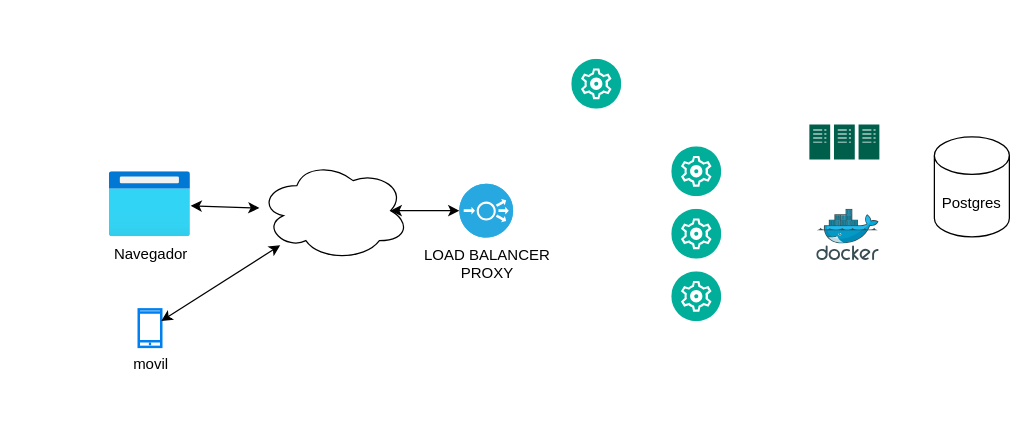
The draw.io diagram src/Diagrama sin título.drawio in mariogb/genlon, before the edit. Source tidied: cells renumbered, new cells numbered last; positions are measured from the earlier drawing's top-left corner, leaving out a move shared by most shapes. Both pictures are drawn from the tidied source at 125%, with x=0, y=0 at pixel (109, 59).
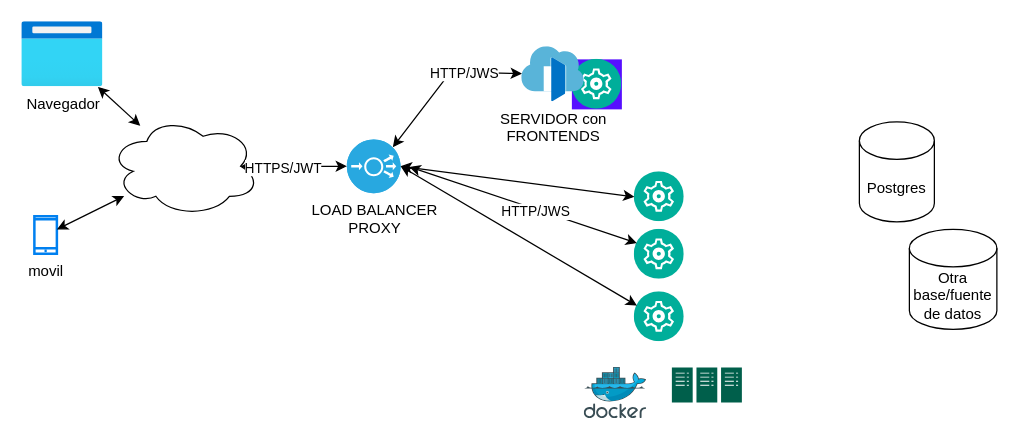
After the change.

The change refers to these unchanged cells:
```xml
<mxCell id="9" style="endArrow=classic;startArrow=classic;html=1;rounded=0;exitX=0.875;exitY=0.5;exitDx=0;exitDy=0;exitPerimeter=0;entryX=0;entryY=0.5;entryDx=0;entryDy=0;entryPerimeter=0;" parent="1" edge="1" source="4" target="8">
  <mxGeometry relative="1" as="geometry" />
</mxCell>
```

The edit, as a diff of the source:
```diff
@@
     <mxCell id="2" value="Navegador" style="image;html=1;points=[];align=center;fontSize=12;image=img/lib/azure2/general/Browser.svg;" parent="1" vertex="1">
-      <mxGeometry y="90" width="65" height="52" as="geometry" />
+      <mxGeometry x="-70" y="-30" width="65" height="52" as="geometry" />
     </mxCell>
     <mxCell id="3" value="movil" style="html=1;verticalLabelPosition=bottom;align=center;labelBackgroundColor=#ffffff;verticalAlign=top;strokeWidth=2;strokeColor=#0080F0;shadow=0;dashed=0;shape=mxgraph.ios7.icons.smartphone;" parent="1" vertex="1">
-      <mxGeometry x="23.5" y="200" width="18" height="30" as="geometry" />
+      <mxGeometry x="-60" y="125.5" width="18" height="30" as="geometry" />
     </mxCell>
     <mxCell id="4" style="ellipse;shape=cloud;whiteSpace=wrap;html=1;" parent="1" vertex="1">
-      <mxGeometry x="120" y="81" width="120" height="80" as="geometry" />
+      <mxGeometry y="45.5" width="120" height="80" as="geometry" />
     </mxCell>
@@
     <mxCell id="7" value="&lt;div&gt;Postgres&lt;/div&gt;" style="shape=cylinder3;whiteSpace=wrap;html=1;boundedLbl=1;backgroundOutline=1;size=15;" parent="1" vertex="1">
-      <mxGeometry x="660" y="62" width="60" height="80" as="geometry" />
+      <mxGeometry x="600" y="50" width="60" height="80" as="geometry" />
     </mxCell>
     <mxCell id="8" value="&lt;div&gt;LOAD BALANCER&lt;/div&gt;&lt;div&gt;PROXY&lt;br&gt;&lt;/div&gt;" style="fillColor=#28A8E0;verticalLabelPosition=bottom;sketch=0;html=1;strokeColor=#ffffff;verticalAlign=top;align=center;points=[[0.145,0.145,0],[0.5,0,0],[0.855,0.145,0],[1,0.5,0],[0.855,0.855,0],[0.5,1,0],[0.145,0.855,0],[0,0.5,0]];shape=mxgraph.cisco_safe.compositeIcon;bgIcon=ellipse;resIcon=mxgraph.cisco_safe.capability.load_balancer;" parent="1" vertex="1">
-      <mxGeometry x="280" y="99.5" width="43" height="43" as="geometry" />
+      <mxGeometry x="190" y="64" width="43" height="43" as="geometry" />
     </mxCell>
@@
+    <mxCell id="16" value="HTTPS/JWT" style="edgeLabel;html=1;align=center;verticalAlign=middle;" parent="9" vertex="1">
+      <mxGeometry x="-0.23" relative="1" as="geometry">
+        <mxPoint y="1" as="offset" />
+      </mxGeometry>
+    </mxCell>
     <mxCell id="10" style="image;perimeter=ellipsePerimeter;html=1;align=center;shadow=0;dashed=0;fontColor=#4277BB;labelBackgroundColor=default;fontSize=12;spacingTop=3;image=img/lib/ibm/management/cluster_management.svg;" parent="1" vertex="1">
-      <mxGeometry x="450" y="120" width="40" height="40" as="geometry" />
+      <mxGeometry x="420" y="136" width="40" height="40" as="geometry" />
     </mxCell>
     <mxCell id="11" style="sketch=0;shadow=0;dashed=0;html=1;strokeColor=none;fillColor=#005F4B;labelPosition=center;verticalLabelPosition=bottom;verticalAlign=top;align=center;shape=mxgraph.veeam2.server_cluster;" parent="1" vertex="1">
-      <mxGeometry x="560" y="52" width="56" height="28" as="geometry" />
+      <mxGeometry x="450" y="246.5" width="56" height="28" as="geometry" />
     </mxCell>
     <mxCell id="12" style="image;perimeter=ellipsePerimeter;html=1;align=center;shadow=0;dashed=0;fontColor=#4277BB;labelBackgroundColor=default;fontSize=12;spacingTop=3;image=img/lib/ibm/management/cluster_management.svg;" parent="1" vertex="1">
-      <mxGeometry x="450" y="70" width="40" height="40" as="geometry" />
+      <mxGeometry x="420" y="90" width="40" height="40" as="geometry" />
     </mxCell>
     <mxCell id="13" style="image;sketch=0;html=1;align=center;fontSize=12;image=img/lib/mscae/Docker.svg;" parent="1" vertex="1">
-      <mxGeometry x="566" y="120" width="50" height="41" as="geometry" />
+      <mxGeometry x="380" y="246.5" width="50" height="41" as="geometry" />
     </mxCell>
     <mxCell id="14" style="image;perimeter=ellipsePerimeter;html=1;align=center;shadow=0;dashed=0;fontColor=#4277BB;labelBackgroundColor=default;fontSize=12;spacingTop=3;image=img/lib/ibm/management/cluster_management.svg;" parent="1" vertex="1">
-      <mxGeometry x="450" y="170" width="40" height="40" as="geometry" />
+      <mxGeometry x="420" y="186" width="40" height="40" as="geometry" />
     </mxCell>
-    <mxCell id="15" style="image;perimeter=ellipsePerimeter;html=1;align=center;shadow=0;dashed=0;fontColor=#4277BB;labelBackgroundColor=default;fontSize=12;spacingTop=3;image=img/lib/ibm/management/cluster_management.svg;" parent="1" vertex="1">
+    <mxCell id="15" style="image;perimeter=ellipsePerimeter;html=1;align=center;shadow=0;dashed=0;fontColor=#4277BB;labelBackgroundColor=default;fontSize=12;spacingTop=3;image=img/lib/ibm/management/cluster_management.svg;imageBackground=#570FFF;fillStyle=solid;" parent="1" vertex="1">
       <mxGeometry x="370" width="40" height="40" as="geometry" />
     </mxCell>
+    <mxCell id="17" value="&lt;div&gt;SERVIDOR con&lt;/div&gt;&lt;div&gt;FRONTENDS&lt;br&gt;&lt;/div&gt;" style="image;sketch=0;html=1;points=[];align=center;fontSize=12;image=img/lib/mscae/Front_Doors.svg;" parent="1" vertex="1">
+      <mxGeometry x="330" y="-10" width="50" height="44" as="geometry" />
+    </mxCell>
+    <mxCell id="18" style="endArrow=classic;startArrow=classic;html=1;rounded=0;exitX=0.855;exitY=0.145;exitDx=0;exitDy=0;exitPerimeter=0;" parent="1" edge="1" source="8" target="17">
+      <mxGeometry relative="1" as="geometry">
+        <Array as="points">
+          <mxPoint x="273" y="10" />
+        </Array>
+      </mxGeometry>
+    </mxCell>
+    <mxCell id="19" value="HTTP/JWS" style="edgeLabel;html=1;align=center;verticalAlign=middle;" parent="18" vertex="1">
+      <mxGeometry x="0.3" relative="1" as="geometry" />
+    </mxCell>
+    <mxCell id="20" style="endArrow=classic;startArrow=classic;html=1;rounded=0;exitX=1;exitY=0.5;exitDx=0;exitDy=0;exitPerimeter=0;entryX=0;entryY=0.5;entryDx=0;entryDy=0;" parent="1" edge="1" source="8" target="12">
+      <mxGeometry relative="1" as="geometry" />
+    </mxCell>
+    <mxCell id="21" style="endArrow=classic;startArrow=classic;html=1;rounded=0;entryX=0;entryY=0.25;entryDx=0;entryDy=0;" parent="1" edge="1" target="10">
+      <mxGeometry relative="1" as="geometry">
+        <mxPoint x="240" y="86" as="sourcePoint" />
+      </mxGeometry>
+    </mxCell>
+    <mxCell id="22" value="HTTP/JWS" style="edgeLabel;html=1;align=center;verticalAlign=middle;" parent="21" vertex="1">
+      <mxGeometry x="0.11" y="-2" relative="1" as="geometry" />
+    </mxCell>
+    <mxCell id="23" style="endArrow=classic;startArrow=classic;html=1;rounded=0;entryX=0;entryY=0.25;entryDx=0;entryDy=0;exitX=1;exitY=0.5;exitDx=0;exitDy=0;exitPerimeter=0;" parent="1" edge="1" source="8" target="14">
+      <mxGeometry relative="1" as="geometry" />
+    </mxCell>
+    <mxCell id="24" value="Otra base/fuente de datos" style="shape=cylinder3;whiteSpace=wrap;html=1;boundedLbl=1;backgroundOutline=1;size=15;" parent="1" vertex="1">
+      <mxGeometry x="640" y="136" width="70" height="80" as="geometry" />
+    </mxCell>
```
